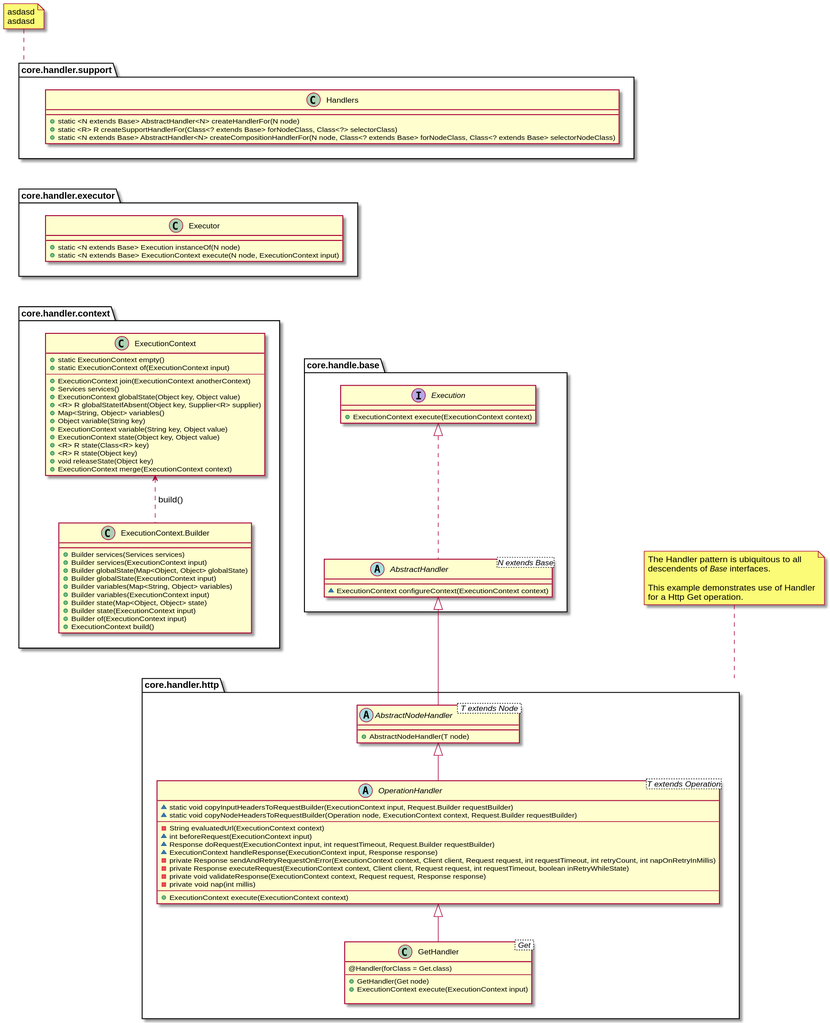
Above: docs/diagrams/dsl-handler-class-diagram.svg in descoped/data-collector-documentation (PlantUML), before the change. Source of this version:
```plantuml
@startuml

note top of support
asdasd
asdasd
end note

package "core.handler.support" as support {
    class Handlers {
        +static <N extends Base> AbstractHandler<N> createHandlerFor(N node)
        +static <R> R createSupportHandlerFor(Class<? extends Base> forNodeClass, Class<?> selectorClass)
        +static <N extends Base> AbstractHandler<N> createCompositionHandlerFor(N node, Class<? extends Base> forNodeClass, Class<? extends Base> selectorNodeClass)
    }
}

package "core.handler.executor" as executor {
    class Executor {
        +static <N extends Base> Execution instanceOf(N node)
        +static <N extends Base> ExecutionContext execute(N node, ExecutionContext input)
    }
}

package "core.handler.context" as context {
    class ExecutionContext {
        +static ExecutionContext empty()
        +static ExecutionContext of(ExecutionContext input)
        --
        +ExecutionContext join(ExecutionContext anotherContext)
        +Services services()
        +ExecutionContext globalState(Object key, Object value)
        +<R> R globalStateIfAbsent(Object key, Supplier<R> supplier)
        +Map<String, Object> variables()
        +Object variable(String key)
        +ExecutionContext variable(String key, Object value)
        +ExecutionContext state(Object key, Object value)
        +<R> R state(Class<R> key)
        +<R> R state(Object key)
        +void releaseState(Object key)
        +ExecutionContext merge(ExecutionContext context)
    }

    class ExecutionContext.Builder {
        +Builder services(Services services)
        +Builder services(ExecutionContext input)
        +Builder globalState(Map<Object, Object> globalState)
        +Builder globalState(ExecutionContext input)
        +Builder variables(Map<String, Object> variables)
        +Builder variables(ExecutionContext input)
        +Builder state(Map<Object, Object> state)
        +Builder state(ExecutionContext input)
        +Builder of(ExecutionContext input)
        +ExecutionContext build()
    }

    ExecutionContext <.. ExecutionContext.Builder : " build()"
}

package "core.handle.base" as base {
    interface Execution {
        +ExecutionContext execute(ExecutionContext context)
    }

    abstract class AbstractHandler<N extends Base> implements Execution {
        ~ExecutionContext configureContext(ExecutionContext context)
    }
}

note top of handler
The Handler pattern is ubiquitous to all
descendents of <i>Base</i> interfaces.

This example demonstrates use of Handler
for a Http Get operation.
end note

package "core.handler.http" as handler {
    abstract class AbstractNodeHandler < T extends Node > {
        +AbstractNodeHandler(T node)
    }
    abstract class OperationHandler<T extends Operation> {
        ~static void copyInputHeadersToRequestBuilder(ExecutionContext input, Request.Builder requestBuilder)
        ~static void copyNodeHeadersToRequestBuilder(Operation node, ExecutionContext context, Request.Builder requestBuilder)
        --
        -String evaluatedUrl(ExecutionContext context)
        ~int beforeRequest(ExecutionContext input)
        ~Response doRequest(ExecutionContext input, int requestTimeout, Request.Builder requestBuilder)
        ~ExecutionContext handleResponse(ExecutionContext input, Response response)
        -private Response sendAndRetryRequestOnError(ExecutionContext context, Client client, Request request, int requestTimeout, int retryCount, int napOnRetryInMillis)
        -private Response executeRequest(ExecutionContext context, Client client, Request request, int requestTimeout, boolean inRetryWhileState)
        -private void validateResponse(ExecutionContext context, Request request, Response response)
        -private void nap(int millis)
        --
        +ExecutionContext execute(ExecutionContext context)
    }
    class GetHandler < Get > {
        @Handler(forClass = Get.class)
        --
        +GetHandler(Get node)
        +ExecutionContext execute(ExecutionContext input)

    }

    AbstractNodeHandler -u-|> AbstractHandler
    OperationHandler -u-|> AbstractNodeHandler
    GetHandler -u-|> OperationHandler
}

support -[hidden]- executor
executor -[hidden]- context
context -[hidden] base

@enduml
```
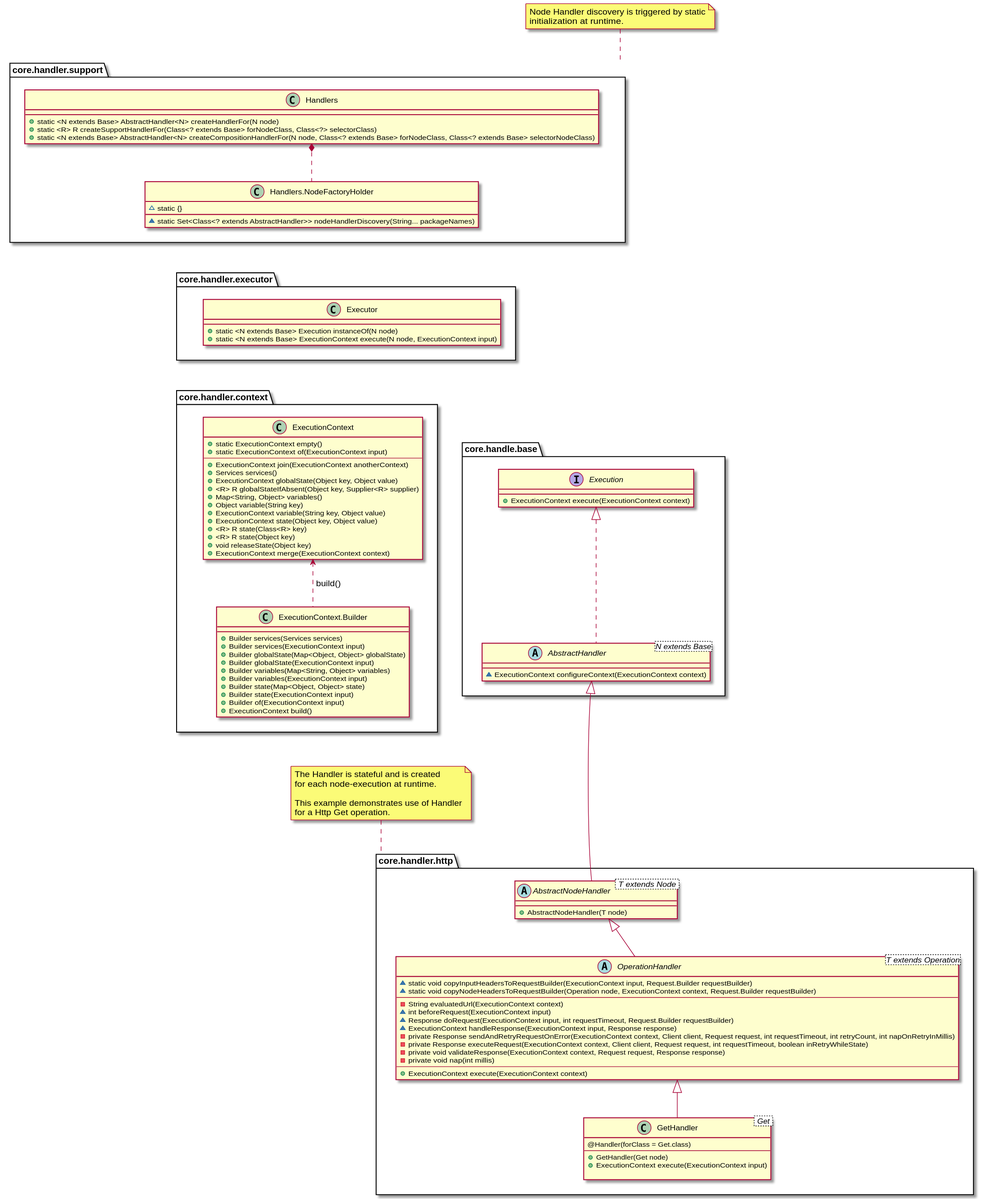
Above is the later version.

Change to the diagram source:
```diff
@@ -1,8 +1,8 @@
 @startuml
 
 note top of support
-asdasd
-asdasd
+Node Handler discovery is triggered by static
+initialization at runtime.
 end note
 
 package "core.handler.support" as support {
@@ -11,6 +11,13 @@
         +static <R> R createSupportHandlerFor(Class<? extends Base> forNodeClass, Class<?> selectorClass)
         +static <N extends Base> AbstractHandler<N> createCompositionHandlerFor(N node, Class<? extends Base> forNodeClass, Class<? extends Base> selectorNodeClass)
     }
+
+    class "Handlers.NodeFactoryHolder" as scanner {
+        ~static {}
+        ~static Set<Class<? extends AbstractHandler>> nodeHandlerDiscovery(String... packageNames)
+    }
+
+    Handlers *.. scanner
 }
 
 package "core.handler.executor" as executor {
@@ -66,8 +73,8 @@
 }
 
 note top of handler
-The Handler pattern is ubiquitous to all
-descendents of <i>Base</i> interfaces.
+The Handler is stateful and is created
+for each node-execution at runtime.
 
 This example demonstrates use of Handler
 for a Http Get operation.
@@ -105,8 +112,10 @@
     GetHandler -u-|> OperationHandler
 }
 
-support -[hidden]- executor
 executor -[hidden]- context
 context -[hidden] base
+support -[hidden]-- base
+support -[hidden]------ handler
+AbstractHandler -[hidden]-- AbstractNodeHandler
 
 @enduml
```
